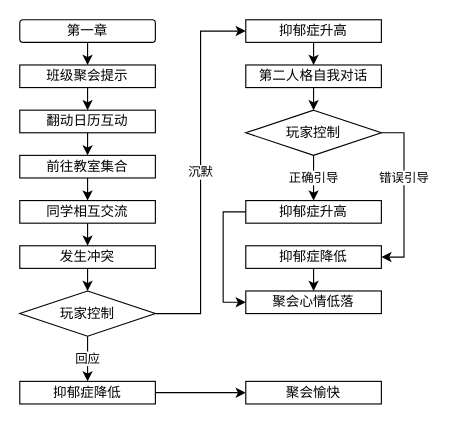
Above: 游戏主要剧情.drawio in onlymyown/hello-world (draw.io), before the change. Source tidied: cells renumbered, new cells numbered last; positions are measured from the earlier drawing's top-left corner, leaving out a move shared by most shapes. Both pictures are drawn from the tidied source at 113%, with x=0, y=0 at pixel (19, 19).
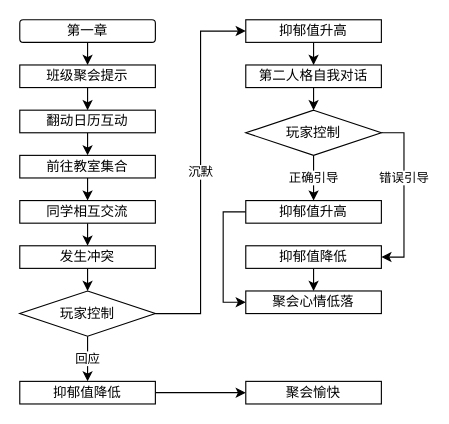
The same diagram, later.

Commit message (it also covers changes not shown here):
更新游戏主要剧情.drawio

Change to the diagram source:
```diff
@@
-    <mxCell id="18" value="抑郁症降低" style="rounded=0;whiteSpace=wrap;html=1;" parent="1" vertex="1">
+    <mxCell id="18" value="抑郁值降低" style="rounded=0;whiteSpace=wrap;html=1;" parent="1" vertex="1">
       <mxGeometry y="320" width="120" height="20" as="geometry" />
     </mxCell>
@@
-    <mxCell id="21" value="抑郁症升高" style="rounded=0;whiteSpace=wrap;html=1;" parent="1" vertex="1">
+    <mxCell id="21" value="抑郁值升高" style="rounded=0;whiteSpace=wrap;html=1;" parent="1" vertex="1">
       <mxGeometry x="200" width="120" height="20" as="geometry" />
     </mxCell>
@@
-    <mxCell id="28" value="抑郁症升高" style="rounded=0;whiteSpace=wrap;html=1;" parent="1" vertex="1">
+    <mxCell id="28" value="抑郁值升高" style="rounded=0;whiteSpace=wrap;html=1;" parent="1" vertex="1">
       <mxGeometry x="200" y="160" width="120" height="20" as="geometry" />
     </mxCell>
@@
-    <mxCell id="30" value="抑郁症降低" style="rounded=0;whiteSpace=wrap;html=1;" parent="1" vertex="1">
+    <mxCell id="30" value="抑郁值降低" style="rounded=0;whiteSpace=wrap;html=1;" parent="1" vertex="1">
       <mxGeometry x="200" y="200" width="120" height="20" as="geometry" />
     </mxCell>
```
